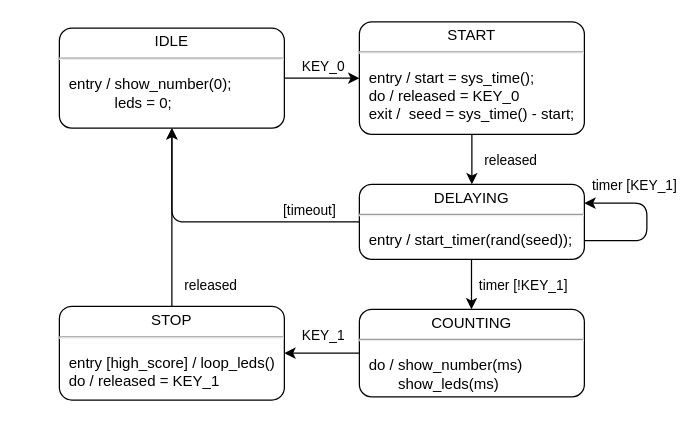
The draw.io diagram doc/Diagrams.drawio in JVKran/Configurable-Reaction-Meter, before the edit. Source tidied: cells renumbered, new cells numbered last; positions are measured from the earlier drawing's top-left corner, leaving out a move shared by most shapes. Both pictures are drawn from the tidied source at 125%, with x=0, y=0 at pixel (59, 21).
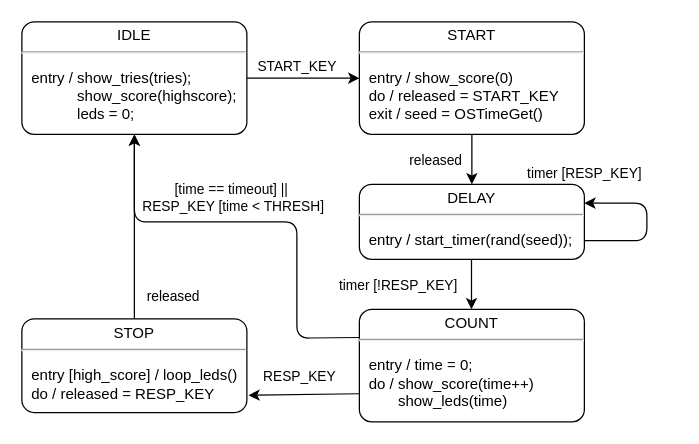
The same diagram, later.

The change refers to these unchanged cells:
```xml
<mxCell id="4" style="endArrow=classic;html=1;exitX=1;exitY=0.5;exitDx=0;exitDy=0;exitPerimeter=0;entryX=0;entryY=0.5;entryDx=0;entryDy=0;entryPerimeter=0;" parent="1" edge="1" source="2" target="3">
  <mxGeometry relative="1" as="geometry" />
</mxCell>
<mxCell id="7" style="endArrow=classic;html=1;entryX=0.5;entryY=0;entryDx=0;entryDy=0;entryPerimeter=0;exitX=0.5;exitY=1;exitDx=0;exitDy=0;exitPerimeter=0;" parent="1" edge="1" source="3" target="6">
  <mxGeometry relative="1" as="geometry" />
</mxCell>
<mxCell id="10" style="endArrow=classic;html=1;entryX=0.5;entryY=0;entryDx=0;entryDy=0;entryPerimeter=0;exitX=0.5;exitY=1;exitDx=0;exitDy=0;exitPerimeter=0;" parent="1" edge="1">
  <mxGeometry relative="1" as="geometry">
    <mxPoint x="329.7" y="190" as="sourcePoint" />
    <mxPoint x="329.7" y="230" as="targetPoint" />
  </mxGeometry>
</mxCell>
<mxCell id="19" style="endArrow=classic;html=1;exitX=1;exitY=0.75;exitDx=0;exitDy=0;exitPerimeter=0;entryX=1;entryY=0.25;entryDx=0;entryDy=0;entryPerimeter=0;" parent="1" edge="1" source="6" target="6">
  <mxGeometry relative="1" as="geometry">
    <Array as="points">
      <mxPoint x="470" y="175" />
      <mxPoint x="470" y="145" />
    </Array>
  </mxGeometry>
</mxCell>
```

Change to the diagram source:
```diff
@@
-    <mxCell id="2" value="&lt;p style=&quot;margin: 0px ; margin-top: 4px ; text-align: center&quot;&gt;IDLE&lt;/p&gt;&lt;hr&gt;&lt;p&gt;&lt;/p&gt;&lt;p style=&quot;margin: 0px ; margin-left: 8px ; text-align: left&quot;&gt;entry / show_number(0);&amp;nbsp;&lt;/p&gt;&lt;p style=&quot;margin: 0px ; margin-left: 8px ; text-align: left&quot;&gt;&lt;span&gt;&amp;nbsp; &amp;nbsp; &amp;nbsp; &amp;nbsp; &amp;nbsp; &amp;nbsp;leds = 0;&lt;/span&gt;&lt;/p&gt;" style="shape=mxgraph.sysml.simpleState;html=1;overflow=fill;whiteSpace=wrap;align=center;" parent="1" vertex="1">
-      <mxGeometry y="5" width="180" height="80" as="geometry" />
+    <mxCell id="2" value="&lt;p style=&quot;margin: 0px ; margin-top: 4px ; text-align: center&quot;&gt;IDLE&lt;/p&gt;&lt;hr&gt;&lt;p&gt;&lt;/p&gt;&lt;p style=&quot;margin: 0px ; margin-left: 8px ; text-align: left&quot;&gt;entry / show_tries(tries);&lt;/p&gt;&lt;p style=&quot;margin: 0px ; margin-left: 8px ; text-align: left&quot;&gt;&amp;nbsp; &amp;nbsp; &amp;nbsp; &amp;nbsp; &amp;nbsp; &amp;nbsp;show_score(highscore);&amp;nbsp;&lt;/p&gt;&lt;p style=&quot;margin: 0px ; margin-left: 8px ; text-align: left&quot;&gt;&lt;span&gt;&amp;nbsp; &amp;nbsp; &amp;nbsp; &amp;nbsp; &amp;nbsp; &amp;nbsp;leds = 0;&lt;/span&gt;&lt;/p&gt;" style="shape=mxgraph.sysml.simpleState;html=1;overflow=fill;whiteSpace=wrap;align=center;" parent="1" vertex="1">
+      <mxGeometry x="-30" width="180" height="90" as="geometry" />
     </mxCell>
-    <mxCell id="3" value="&lt;p style=&quot;margin: 0px ; margin-top: 4px ; text-align: center&quot;&gt;START&lt;/p&gt;&lt;hr&gt;&lt;p&gt;&lt;/p&gt;&lt;p style=&quot;margin: 0px ; margin-left: 8px ; text-align: left&quot;&gt;entry / start = sys_time();&lt;/p&gt;&lt;p style=&quot;margin: 0px ; margin-left: 8px ; text-align: left&quot;&gt;do / released = KEY_0&lt;/p&gt;&lt;p style=&quot;margin: 0px ; margin-left: 8px ; text-align: left&quot;&gt;exit /&amp;nbsp; seed = sys_time() -&amp;nbsp;&lt;span&gt;start;&lt;/span&gt;&lt;/p&gt;" style="shape=mxgraph.sysml.simpleState;html=1;overflow=fill;whiteSpace=wrap;align=center;" parent="1" vertex="1">
+    <mxCell id="3" value="&lt;p style=&quot;margin: 0px ; margin-top: 4px ; text-align: center&quot;&gt;START&lt;/p&gt;&lt;hr&gt;&lt;p&gt;&lt;/p&gt;&lt;p style=&quot;margin: 0px ; margin-left: 8px ; text-align: left&quot;&gt;entry / show_score(0)&lt;/p&gt;&lt;p style=&quot;margin: 0px ; margin-left: 8px ; text-align: left&quot;&gt;do / released = START_KEY&lt;/p&gt;&lt;p style=&quot;margin: 0px ; margin-left: 8px ; text-align: left&quot;&gt;exit / seed = OSTimeGet()&lt;/p&gt;" style="shape=mxgraph.sysml.simpleState;html=1;overflow=fill;whiteSpace=wrap;align=center;" parent="1" vertex="1">
       <mxGeometry x="240" width="180" height="90" as="geometry" />
     </mxCell>
@@
-    <mxCell id="5" value="KEY_0" style="edgeLabel;html=1;align=center;verticalAlign=middle;" parent="4" vertex="1">
+    <mxCell id="5" value="START_KEY" style="edgeLabel;html=1;align=center;verticalAlign=middle;" parent="4" vertex="1">
       <mxGeometry x="-0.46" relative="1" as="geometry">
-        <mxPoint x="14" y="-10" as="offset" />
+        <mxPoint x="15.7" y="-10" as="offset" />
       </mxGeometry>
     </mxCell>
-    <mxCell id="6" value="&lt;p style=&quot;margin: 0px ; margin-top: 4px ; text-align: center&quot;&gt;DELAYING&lt;/p&gt;&lt;hr&gt;&lt;p&gt;&lt;/p&gt;&lt;p style=&quot;margin: 0px ; margin-left: 8px ; text-align: left&quot;&gt;entry / start_timer(rand(seed));&lt;/p&gt;" style="shape=mxgraph.sysml.simpleState;html=1;overflow=fill;whiteSpace=wrap;align=center;" parent="1" vertex="1">
+    <mxCell id="6" value="&lt;p style=&quot;margin: 0px ; margin-top: 4px ; text-align: center&quot;&gt;DELAY&lt;/p&gt;&lt;hr&gt;&lt;p&gt;&lt;/p&gt;&lt;p style=&quot;margin: 0px ; margin-left: 8px ; text-align: left&quot;&gt;entry / start_timer(rand(seed));&lt;/p&gt;" style="shape=mxgraph.sysml.simpleState;html=1;overflow=fill;whiteSpace=wrap;align=center;" parent="1" vertex="1">
       <mxGeometry x="240" y="130" width="180" height="60" as="geometry" />
     </mxCell>
@@
     <mxCell id="8" value="released" style="edgeLabel;html=1;align=center;verticalAlign=middle;" parent="7" vertex="1">
       <mxGeometry x="-0.45" y="1" relative="1" as="geometry">
-        <mxPoint x="29" y="9" as="offset" />
+        <mxPoint x="-31" y="9" as="offset" />
       </mxGeometry>
     </mxCell>
-    <mxCell id="9" value="&lt;p style=&quot;margin: 0px ; margin-top: 4px ; text-align: center&quot;&gt;COUNTING&lt;/p&gt;&lt;hr&gt;&lt;p&gt;&lt;/p&gt;&lt;p style=&quot;margin: 0px ; margin-left: 8px ; text-align: left&quot;&gt;&lt;span&gt;do / show_number(ms)&lt;/span&gt;&lt;br&gt;&lt;/p&gt;&lt;p style=&quot;margin: 0px ; margin-left: 8px ; text-align: left&quot;&gt;&amp;nbsp; &amp;nbsp; &amp;nbsp; &amp;nbsp;show_leds(ms)&lt;/p&gt;" style="shape=mxgraph.sysml.simpleState;html=1;overflow=fill;whiteSpace=wrap;align=center;" parent="1" vertex="1">
-      <mxGeometry x="240" y="230" width="180" height="70" as="geometry" />
+    <mxCell id="9" value="&lt;p style=&quot;margin: 0px ; margin-top: 4px ; text-align: center&quot;&gt;COUNT&lt;/p&gt;&lt;hr&gt;&lt;p&gt;&lt;/p&gt;&lt;p style=&quot;margin: 0px ; margin-left: 8px ; text-align: left&quot;&gt;&lt;span&gt;entry / time = 0;&lt;/span&gt;&lt;/p&gt;&lt;p style=&quot;margin: 0px ; margin-left: 8px ; text-align: left&quot;&gt;&lt;span&gt;do / show_score(time++)&lt;/span&gt;&lt;br&gt;&lt;/p&gt;&lt;p style=&quot;margin: 0px ; margin-left: 8px ; text-align: left&quot;&gt;&amp;nbsp; &amp;nbsp; &amp;nbsp; &amp;nbsp;show_leds(time)&lt;/p&gt;" style="shape=mxgraph.sysml.simpleState;html=1;overflow=fill;whiteSpace=wrap;align=center;" parent="1" vertex="1">
+      <mxGeometry x="240" y="230" width="180" height="90" as="geometry" />
     </mxCell>
@@
-    <mxCell id="11" value="timer [!KEY_1]" style="edgeLabel;html=1;align=center;verticalAlign=middle;" parent="10" vertex="1">
+    <mxCell id="11" value="timer [!RESP_KEY]" style="edgeLabel;html=1;align=center;verticalAlign=middle;" parent="10" vertex="1">
       <mxGeometry x="-0.45" y="1" relative="1" as="geometry">
-        <mxPoint x="39.3" y="9" as="offset" />
+        <mxPoint x="-60.7" y="9" as="offset" />
       </mxGeometry>
     </mxCell>
-    <mxCell id="12" value="&lt;p style=&quot;margin: 0px ; margin-top: 4px ; text-align: center&quot;&gt;STOP&lt;/p&gt;&lt;hr&gt;&lt;p&gt;&lt;/p&gt;&lt;p style=&quot;margin: 0px ; margin-left: 8px ; text-align: left&quot;&gt;entry [high_score] / loop_leds()&lt;/p&gt;&lt;p style=&quot;margin: 0px ; margin-left: 8px ; text-align: left&quot;&gt;do / released = KEY_1&lt;/p&gt;" style="shape=mxgraph.sysml.simpleState;html=1;overflow=fill;whiteSpace=wrap;align=center;" parent="1" vertex="1">
-      <mxGeometry y="227.5" width="180" height="75" as="geometry" />
+    <mxCell id="12" value="&lt;p style=&quot;margin: 0px ; margin-top: 4px ; text-align: center&quot;&gt;STOP&lt;/p&gt;&lt;hr&gt;&lt;p&gt;&lt;/p&gt;&lt;p style=&quot;margin: 0px ; margin-left: 8px ; text-align: left&quot;&gt;entry [high_score] / loop_leds()&lt;/p&gt;&lt;p style=&quot;margin: 0px ; margin-left: 8px ; text-align: left&quot;&gt;do / released = RESP_KEY&lt;/p&gt;" style="shape=mxgraph.sysml.simpleState;html=1;overflow=fill;whiteSpace=wrap;align=center;" parent="1" vertex="1">
+      <mxGeometry x="-30" y="237.5" width="180" height="75" as="geometry" />
     </mxCell>
-    <mxCell id="13" style="endArrow=classic;html=1;exitX=0;exitY=0.5;exitDx=0;exitDy=0;exitPerimeter=0;entryX=1;entryY=0.5;entryDx=0;entryDy=0;entryPerimeter=0;" parent="1" edge="1" source="9" target="12">
+    <mxCell id="13" style="endArrow=classic;html=1;exitX=0;exitY=0.75;exitDx=0;exitDy=0;exitPerimeter=0;entryX=1.007;entryY=0.816;entryDx=0;entryDy=0;entryPerimeter=0;" parent="1" edge="1" source="9" target="12">
       <mxGeometry relative="1" as="geometry" />
     </mxCell>
-    <mxCell id="14" value="KEY_1" style="edgeLabel;html=1;align=center;verticalAlign=middle;" parent="13" vertex="1">
+    <mxCell id="14" value="RESP_KEY" style="edgeLabel;html=1;align=center;verticalAlign=middle;" parent="13" vertex="1">
       <mxGeometry x="0.3" y="-1" relative="1" as="geometry">
         <mxPoint x="9.1" y="-14" as="offset" />
       </mxGeometry>
     </mxCell>
@@
-    <mxCell id="17" style="endArrow=classic;html=1;exitX=0;exitY=0.5;exitDx=0;exitDy=0;exitPerimeter=0;entryX=0.5;entryY=1;entryDx=0;entryDy=0;entryPerimeter=0;" parent="1" edge="1" source="6" target="2">
+    <mxCell id="17" style="endArrow=classic;html=1;exitX=0;exitY=0.25;exitDx=0;exitDy=0;exitPerimeter=0;entryX=0.5;entryY=1;entryDx=0;entryDy=0;entryPerimeter=0;" parent="1" edge="1" source="9" target="2">
       <mxGeometry relative="1" as="geometry">
         <Array as="points">
-          <mxPoint x="90" y="160" />
+          <mxPoint x="190" y="253" />
+          <mxPoint x="190" y="160" />
+          <mxPoint x="60" y="160" />
         </Array>
       </mxGeometry>
     </mxCell>
-    <mxCell id="18" value="[timeout]" style="edgeLabel;html=1;align=center;verticalAlign=middle;" parent="17" vertex="1">
+    <mxCell id="18" value="[time == timeout] ||&amp;nbsp;&lt;br&gt;RESP_KEY [time &amp;lt; THRESH]" style="edgeLabel;html=1;align=center;verticalAlign=middle;" parent="17" vertex="1">
       <mxGeometry x="0.03" y="-1" relative="1" as="geometry">
-        <mxPoint x="75.2" y="-9" as="offset" />
+        <mxPoint x="-17.3" y="-19" as="offset" />
       </mxGeometry>
     </mxCell>
@@
-    <mxCell id="20" value="timer [KEY_1]" style="edgeLabel;html=1;align=center;verticalAlign=middle;" parent="19" vertex="1">
+    <mxCell id="20" value="timer [RESP_KEY]" style="edgeLabel;html=1;align=center;verticalAlign=middle;" parent="19" vertex="1">
       <mxGeometry x="0.55" y="-1" relative="1" as="geometry">
-        <mxPoint x="10.5" y="-14" as="offset" />
+        <mxPoint x="-29.5" y="-24" as="offset" />
       </mxGeometry>
     </mxCell>
```
